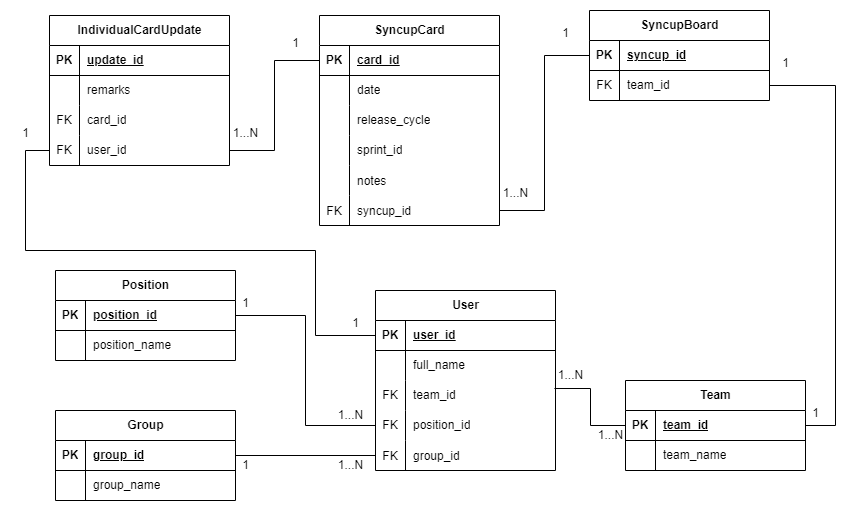
This is ER.drawio.png from Pranima23/project_synchron, a draw.io export, as it was before one commit. Source tidied: cells renumbered, new cells last; positions are measured from the earlier drawing's top-left corner, leaving out a move shared by most shapes.
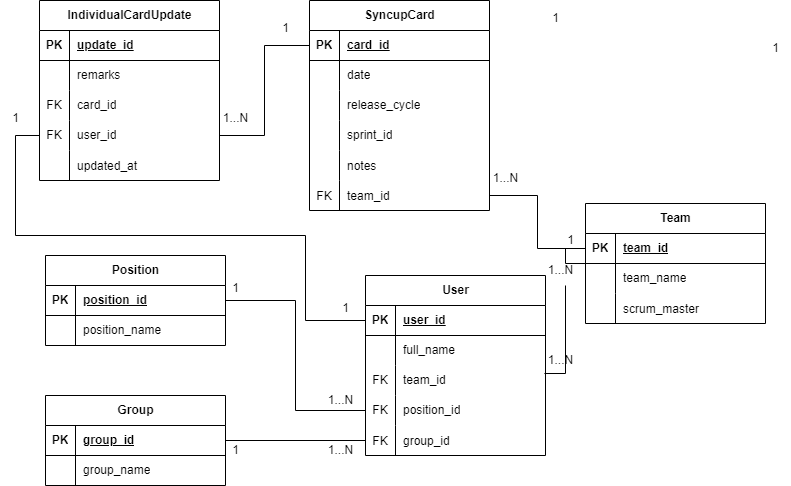
Above is the later version.

What changed in the source:
```diff
@@ -93,7 +93,7 @@
       <mxGeometry x="30" width="150" height="30" as="geometry" />
     </mxCell>
     <mxCell id="32" value="Team" style="shape=table;startSize=30;rowLines=0;fontStyle=1;align=center;html=1;" parent="1" vertex="1">
-      <mxGeometry x="615" y="370" width="180" height="90" as="geometry" />
+      <mxGeometry x="585" y="208" width="180" height="120" as="geometry" />
     </mxCell>
     <mxCell id="33" style="shape=tableRow;horizontal=0;startSize=0;swimlaneHead=0;swimlaneBody=0;fillColor=none;points=[[0,0.5],[1,0.5]];portConstraint=eastwest;top=0;left=0;right=0;bottom=1;" parent="32" vertex="1">
       <mxGeometry y="30" width="180" height="30" as="geometry" />
@@ -113,27 +113,15 @@
     <mxCell id="38" value="team_name" style="shape=partialRectangle;fillColor=none;top=0;left=0;bottom=0;right=0;align=left;spacingLeft=6;overflow=hidden;whiteSpace=wrap;html=1;" parent="36" vertex="1">
       <mxGeometry x="30" width="150" height="30" as="geometry" />
     </mxCell>
-    <mxCell id="39" value="SyncupBoard" style="shape=table;startSize=30;rowLines=0;fontStyle=1;align=center;html=1;" parent="1" vertex="1">
-      <mxGeometry x="579" width="180" height="90" as="geometry" />
-    </mxCell>
-    <mxCell id="40" style="shape=tableRow;horizontal=0;startSize=0;swimlaneHead=0;swimlaneBody=0;fillColor=none;points=[[0,0.5],[1,0.5]];portConstraint=eastwest;top=0;left=0;right=0;bottom=1;" parent="39" vertex="1">
-      <mxGeometry y="30" width="180" height="30" as="geometry" />
-    </mxCell>
-    <mxCell id="41" value="PK" style="shape=partialRectangle;fillColor=none;top=0;left=0;bottom=0;right=0;fontStyle=1;overflow=hidden;whiteSpace=wrap;html=1;" parent="40" vertex="1">
-      <mxGeometry width="30" height="30" as="geometry" />
-    </mxCell>
-    <mxCell id="42" value="syncup_id" style="shape=partialRectangle;fillColor=none;top=0;left=0;bottom=0;right=0;align=left;spacingLeft=6;fontStyle=5;overflow=hidden;whiteSpace=wrap;html=1;" parent="40" vertex="1">
-      <mxGeometry x="30" width="150" height="30" as="geometry" />
-    </mxCell>
-    <mxCell id="43" style="shape=tableRow;horizontal=0;startSize=0;swimlaneHead=0;swimlaneBody=0;fillColor=none;points=[[0,0.5],[1,0.5]];portConstraint=eastwest;top=0;left=0;right=0;bottom=0;" parent="39" vertex="1">
-      <mxGeometry y="60" width="180" height="30" as="geometry" />
-    </mxCell>
-    <mxCell id="44" value="FK" style="shape=partialRectangle;fillColor=none;top=0;left=0;bottom=0;right=0;overflow=hidden;whiteSpace=wrap;html=1;" parent="43" vertex="1">
-      <mxGeometry width="30" height="30" as="geometry" />
-    </mxCell>
-    <mxCell id="45" value="team_id" style="shape=partialRectangle;fillColor=none;top=0;left=0;bottom=0;right=0;align=left;spacingLeft=6;overflow=hidden;whiteSpace=wrap;html=1;" parent="43" vertex="1">
-      <mxGeometry x="30" width="150" height="30" as="geometry" />
-    </mxCell>
+    <mxCell id="99" style="shape=tableRow;horizontal=0;startSize=0;swimlaneHead=0;swimlaneBody=0;fillColor=none;top=0;left=0;right=0;bottom=0;" parent="32" vertex="1">
+      <mxGeometry y="90" width="180" height="30" as="geometry" />
+    </mxCell>
+    <mxCell id="100" style="shape=partialRectangle;fillColor=none;top=0;left=0;bottom=0;right=0;overflow=hidden;" parent="99" vertex="1">
+      <mxGeometry width="30" height="30" as="geometry" />
+    </mxCell>
+    <mxCell id="101" value="scrum_master" style="shape=partialRectangle;fillColor=none;top=0;left=0;bottom=0;right=0;align=left;spacingLeft=6;overflow=hidden;" parent="99" vertex="1">
+      <mxGeometry x="30" width="150" height="30" as="geometry" />
+    </mxCell>
     <mxCell id="46" value="SyncupCard" style="shape=table;startSize=30;rowLines=0;fontStyle=1;align=center;html=1;" parent="1" vertex="1">
       <mxGeometry x="309" y="5" width="180" height="210" as="geometry" />
     </mxCell>
@@ -188,11 +176,11 @@
     <mxCell id="63" value="FK" style="shape=partialRectangle;fillColor=none;top=0;left=0;bottom=0;right=0;overflow=hidden;" parent="62" vertex="1">
       <mxGeometry width="30" height="30" as="geometry" />
     </mxCell>
-    <mxCell id="64" value="syncup_id" style="shape=partialRectangle;fillColor=none;top=0;left=0;bottom=0;right=0;align=left;spacingLeft=6;overflow=hidden;" parent="62" vertex="1">
+    <mxCell id="64" value="team_id" style="shape=partialRectangle;fillColor=none;top=0;left=0;bottom=0;right=0;align=left;spacingLeft=6;overflow=hidden;" parent="62" vertex="1">
       <mxGeometry x="30" width="150" height="30" as="geometry" />
     </mxCell>
     <mxCell id="65" value="IndividualCardUpdate" style="shape=table;startSize=30;rowLines=0;fontStyle=1;align=center;html=1;" parent="1" vertex="1">
-      <mxGeometry x="39" y="5" width="180" height="150" as="geometry" />
+      <mxGeometry x="39" y="5" width="180" height="180" as="geometry" />
     </mxCell>
     <mxCell id="66" style="shape=tableRow;horizontal=0;startSize=0;swimlaneHead=0;swimlaneBody=0;fillColor=none;top=0;left=0;right=0;bottom=1;" parent="65" vertex="1">
       <mxGeometry y="30" width="180" height="30" as="geometry" />
@@ -230,24 +218,30 @@
     <mxCell id="77" value="user_id" style="shape=partialRectangle;fillColor=none;top=0;left=0;bottom=0;right=0;align=left;spacingLeft=6;overflow=hidden;whiteSpace=wrap;html=1;" parent="75" vertex="1">
       <mxGeometry x="30" width="150" height="30" as="geometry" />
     </mxCell>
+    <mxCell id="102" style="shape=tableRow;horizontal=0;startSize=0;swimlaneHead=0;swimlaneBody=0;fillColor=none;top=0;left=0;right=0;bottom=0;" parent="65" vertex="1">
+      <mxGeometry y="150" width="180" height="30" as="geometry" />
+    </mxCell>
+    <mxCell id="103" style="shape=partialRectangle;fillColor=none;top=0;left=0;bottom=0;right=0;overflow=hidden;" parent="102" vertex="1">
+      <mxGeometry width="30" height="30" as="geometry" />
+    </mxCell>
+    <mxCell id="104" value="updated_at" style="shape=partialRectangle;fillColor=none;top=0;left=0;bottom=0;right=0;align=left;spacingLeft=6;overflow=hidden;" parent="102" vertex="1">
+      <mxGeometry x="30" width="150" height="30" as="geometry" />
+    </mxCell>
     <mxCell id="78" style="edgeStyle=orthogonalEdgeStyle;rounded=0;jettySize=auto;html=1;endArrow=none;endFill=0;" parent="1" edge="1" source="26" target="12">
       <mxGeometry relative="1" as="geometry" />
     </mxCell>
-    <mxCell id="79" style="edgeStyle=orthogonalEdgeStyle;rounded=0;jettySize=auto;html=1;entryX=0.994;entryY=0.267;entryDx=0;entryDy=0;entryPerimeter=0;endArrow=none;endFill=0;" parent="1" edge="1" source="33" target="9">
-      <mxGeometry relative="1" as="geometry" />
+    <mxCell id="79" style="edgeStyle=orthogonalEdgeStyle;rounded=0;jettySize=auto;html=1;entryX=0.994;entryY=0.267;entryDx=0;entryDy=0;entryPerimeter=0;endArrow=none;endFill=0;" parent="1" edge="1" source="85" target="9">
+      <mxGeometry relative="1" as="geometry">
+        <Array as="points">
+          <mxPoint x="565" y="260" />
+          <mxPoint x="565" y="378" />
+        </Array>
+      </mxGeometry>
     </mxCell>
     <mxCell id="80" style="edgeStyle=orthogonalEdgeStyle;rounded=0;jettySize=auto;html=1;endArrow=none;endFill=0;" parent="1" edge="1" source="19" target="15">
       <mxGeometry relative="1" as="geometry" />
     </mxCell>
-    <mxCell id="81" style="edgeStyle=orthogonalEdgeStyle;rounded=0;jettySize=auto;html=1;endArrow=none;endFill=0;" parent="1" edge="1" source="33" target="43">
-      <mxGeometry relative="1" as="geometry">
-        <Array as="points">
-          <mxPoint x="825" y="415" />
-          <mxPoint x="825" y="75" />
-        </Array>
-      </mxGeometry>
-    </mxCell>
-    <mxCell id="82" style="edgeStyle=orthogonalEdgeStyle;rounded=0;jettySize=auto;html=1;endArrow=none;endFill=0;" parent="1" edge="1" source="40" target="62">
+    <mxCell id="82" style="edgeStyle=orthogonalEdgeStyle;rounded=0;jettySize=auto;html=1;endArrow=none;endFill=0;exitX=0;exitY=0.5;exitDx=0;exitDy=0;" parent="1" edge="1" source="33" target="62">
       <mxGeometry relative="1" as="geometry" />
     </mxCell>
     <mxCell id="83" style="edgeStyle=orthogonalEdgeStyle;rounded=0;jettySize=auto;html=1;endArrow=none;endFill=0;" parent="1" edge="1" source="47" target="75">
@@ -263,9 +257,6 @@
         </Array>
       </mxGeometry>
     </mxCell>
-    <mxCell id="85" value="1...N" style="text;html=1;align=center;verticalAlign=middle;points=[];strokeColor=none;fillColor=none;" parent="1" vertex="1">
-      <mxGeometry x="575" y="410" width="50" height="30" as="geometry" />
-    </mxCell>
     <mxCell id="86" value="1...N" style="text;html=1;align=center;verticalAlign=middle;strokeColor=none;fillColor=none;" parent="1" vertex="1">
       <mxGeometry x="535" y="350" width="50" height="30" as="geometry" />
     </mxCell>
@@ -300,10 +291,16 @@
       <mxGeometry x="480" y="168" width="50" height="30" as="geometry" />
     </mxCell>
     <mxCell id="97" value="1" style="text;html=1;align=center;verticalAlign=middle;strokeColor=none;fillColor=none;" parent="1" vertex="1">
-      <mxGeometry x="790" y="388" width="30" height="30" as="geometry" />
+      <mxGeometry x="555" y="230" width="30" height="30" as="geometry" />
     </mxCell>
     <mxCell id="98" value="1" style="text;html=1;align=center;verticalAlign=middle;strokeColor=none;fillColor=none;" parent="1" vertex="1">
       <mxGeometry x="760" y="38" width="30" height="30" as="geometry" />
     </mxCell>
+    <mxCell id="105" style="edgeStyle=orthogonalEdgeStyle;rounded=0;jettySize=auto;html=1;entryX=0.994;entryY=0.267;entryDx=0;entryDy=0;entryPerimeter=0;endArrow=none;endFill=0;" parent="1" edge="1" source="33" target="85">
+      <mxGeometry relative="1" as="geometry" />
+    </mxCell>
+    <mxCell id="85" value="1...N" style="text;html=1;align=center;verticalAlign=middle;points=[];strokeColor=none;fillColor=none;" parent="1" vertex="1">
+      <mxGeometry x="535" y="260" width="50" height="30" as="geometry" />
+    </mxCell>
   </root>
 </mxGraphModel>
```
